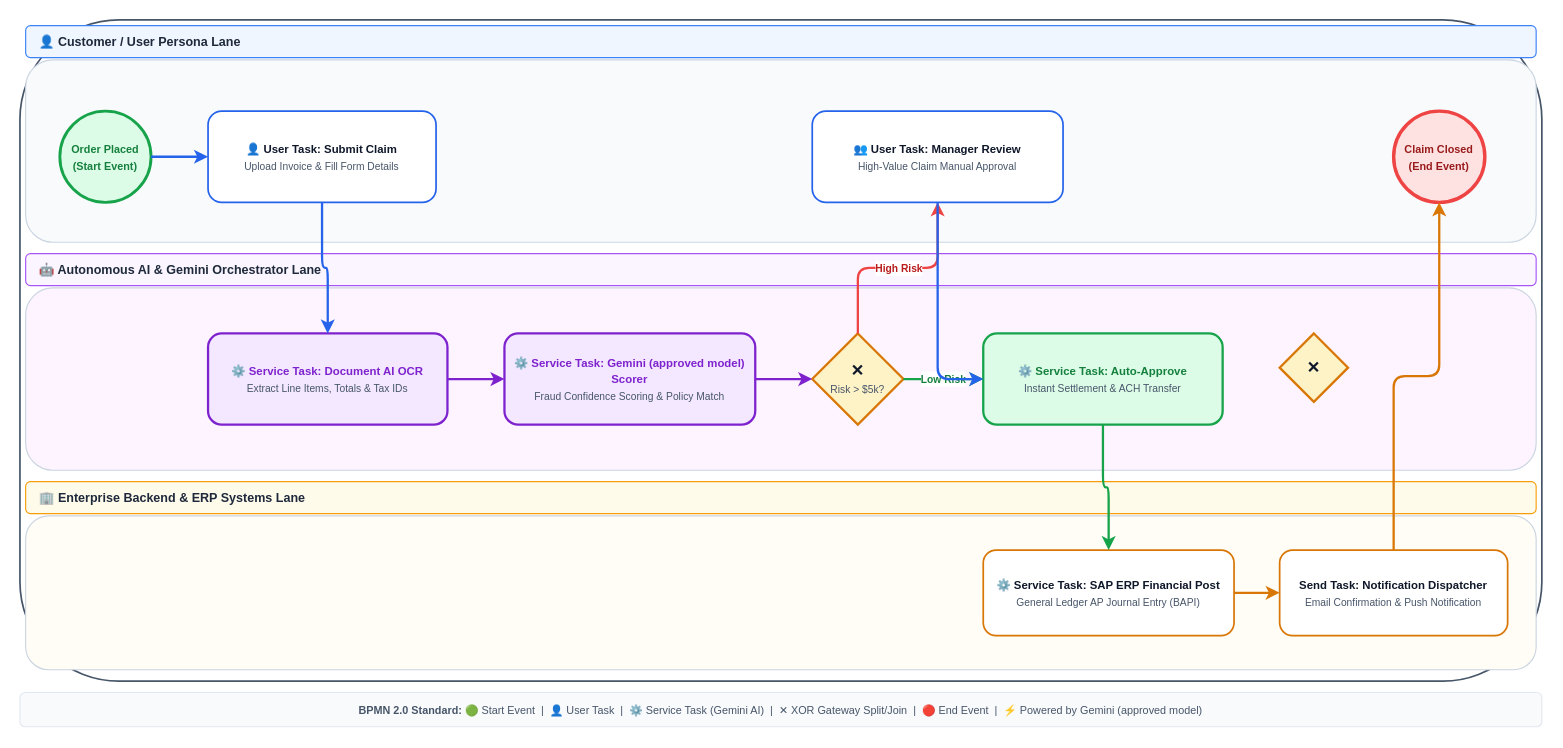
nitinaggarwal-12/PromptCanvas keeps this draw.io diagram as templates/master_blueprints/xml/47_bpmn_process_workflow.drawio.xml. Above is the earlier version. Source tidied: cells renumbered, new cells numbered last; positions are measured from the earlier drawing's top-left corner, leaving out a move shared by most shapes. Both pictures are drawn from the tidied source at 114%, with x=0, y=0 at pixel (19, 19).
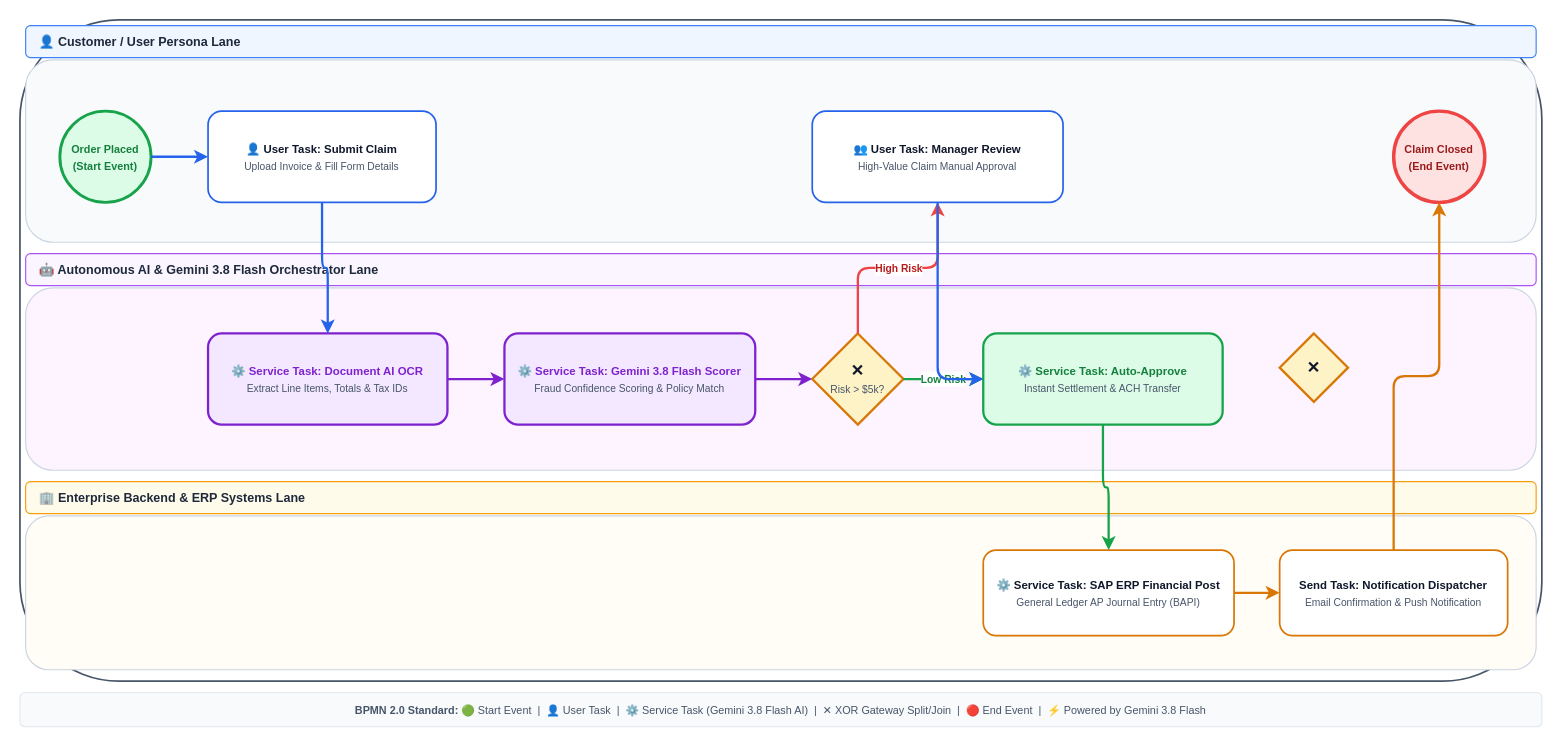
After the change.

Change to the diagram source:
```diff
@@
-    <mxCell id="9" value="&lt;b style=&quot;font-size:11px;color:#1E293B;&quot;&gt;🤖 Autonomous AI &amp;amp; Gemini Orchestrator Lane&lt;/b&gt;" style="rounded=1;whiteSpace=wrap;html=1;fillColor=#FAF5FF;strokeColor=#A855F7;strokeWidth=1;align=left;verticalAlign=middle;spacingLeft=10;" parent="1" vertex="1">
+    <mxCell id="9" value="&lt;b style=&quot;font-size:11px;color:#1E293B;&quot;&gt;🤖 Autonomous AI &amp;amp; Gemini 3.8 Flash Orchestrator Lane&lt;/b&gt;" style="rounded=1;whiteSpace=wrap;html=1;fillColor=#FAF5FF;strokeColor=#A855F7;strokeWidth=1;align=left;verticalAlign=middle;spacingLeft=10;" parent="1" vertex="1">
       <mxGeometry x="5" y="205" width="1325" height="28" as="geometry" />
     </mxCell>
@@
-    <mxCell id="12" value="&lt;b style=&quot;font-size:10px;color:#7E22CE;&quot;&gt;⚙️ Service Task: Gemini (approved model) Scorer&lt;/b&gt;&lt;br&gt;&lt;span style=&quot;font-size:9px;color:#475569;&quot;&gt;Fraud Confidence Scoring &amp;amp; Policy Match&lt;/span&gt;" style="rounded=1;whiteSpace=wrap;html=1;fillColor=#F3E8FF;strokeColor=#7E22CE;strokeWidth=2;align=center;verticalAlign=middle;" parent="1" vertex="1">
+    <mxCell id="12" value="&lt;b style=&quot;font-size:10px;color:#7E22CE;&quot;&gt;⚙️ Service Task: Gemini 3.8 Flash Scorer&lt;/b&gt;&lt;br&gt;&lt;span style=&quot;font-size:9px;color:#475569;&quot;&gt;Fraud Confidence Scoring &amp;amp; Policy Match&lt;/span&gt;" style="rounded=1;whiteSpace=wrap;html=1;fillColor=#F3E8FF;strokeColor=#7E22CE;strokeWidth=2;align=center;verticalAlign=middle;" parent="1" vertex="1">
       <mxGeometry x="425" y="275" width="220" height="80" as="geometry" />
     </mxCell>
@@
-    <mxCell id="30" value="&lt;span style=&quot;font-size:9.5px;color:#475569;&quot;&gt;&lt;b&gt;BPMN 2.0 Standard:&lt;/b&gt; 🟢 Start Event &amp;nbsp;|&amp;nbsp; 👤 User Task &amp;nbsp;|&amp;nbsp; ⚙️ Service Task (Gemini AI) &amp;nbsp;|&amp;nbsp; ✕ XOR Gateway Split/Join &amp;nbsp;|&amp;nbsp; 🔴 End Event &amp;nbsp;|&amp;nbsp; ⚡ Powered by Gemini (approved model)&lt;/span&gt;" style="rounded=1;whiteSpace=wrap;html=1;fillColor=#F8FAFC;strokeColor=#E2E8F0;strokeWidth=1;align=center;verticalAlign=middle;" parent="1" vertex="1">
+    <mxCell id="30" value="&lt;span style=&quot;font-size:9.5px;color:#475569;&quot;&gt;&lt;b&gt;BPMN 2.0 Standard:&lt;/b&gt; 🟢 Start Event &amp;nbsp;|&amp;nbsp; 👤 User Task &amp;nbsp;|&amp;nbsp; ⚙️ Service Task (Gemini 3.8 Flash AI) &amp;nbsp;|&amp;nbsp; ✕ XOR Gateway Split/Join &amp;nbsp;|&amp;nbsp; 🔴 End Event &amp;nbsp;|&amp;nbsp; ⚡ Powered by Gemini 3.8 Flash&lt;/span&gt;" style="rounded=1;whiteSpace=wrap;html=1;fillColor=#F8FAFC;strokeColor=#E2E8F0;strokeWidth=1;align=center;verticalAlign=middle;" parent="1" vertex="1">
       <mxGeometry y="590" width="1335" height="30" as="geometry" />
     </mxCell>
```
